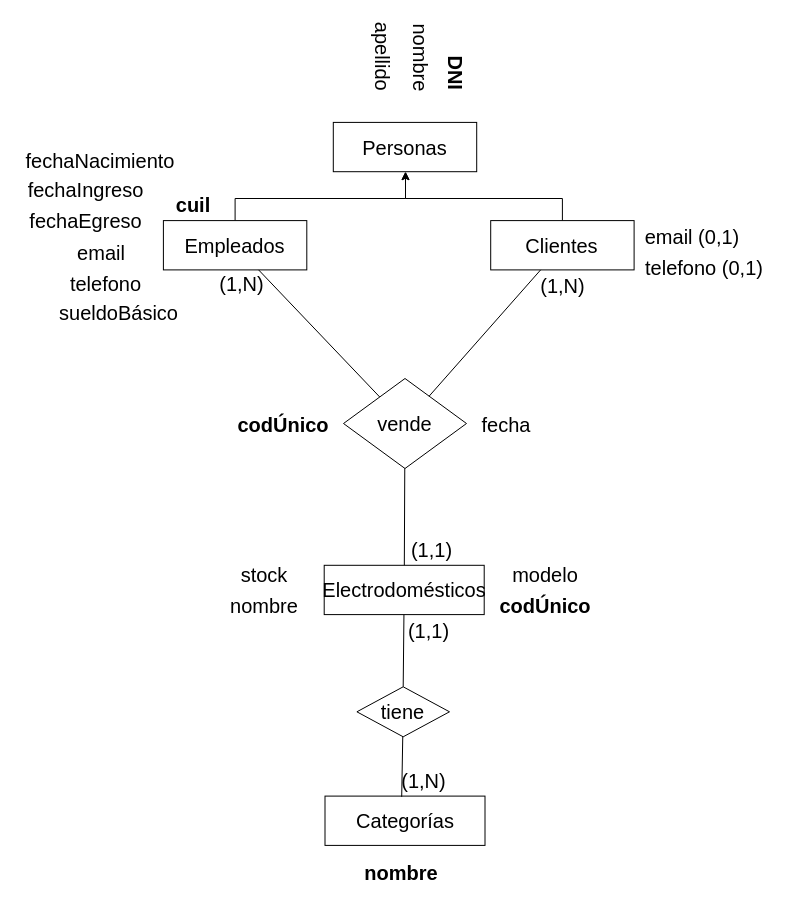
c97Ernesto/DisenioBasesDatos keeps this draw.io diagram as page "Página-1" (1 of 3) of Practica/Practica1/ejercicio09_P1.drawio. Above is the earlier version. Source tidied: cells renumbered, new cells numbered last; positions are measured from the earlier drawing's top-left corner, leaving out a move shared by most shapes. Both pictures are drawn from the tidied source at 100%, with x=0, y=0 at pixel (17, 40).
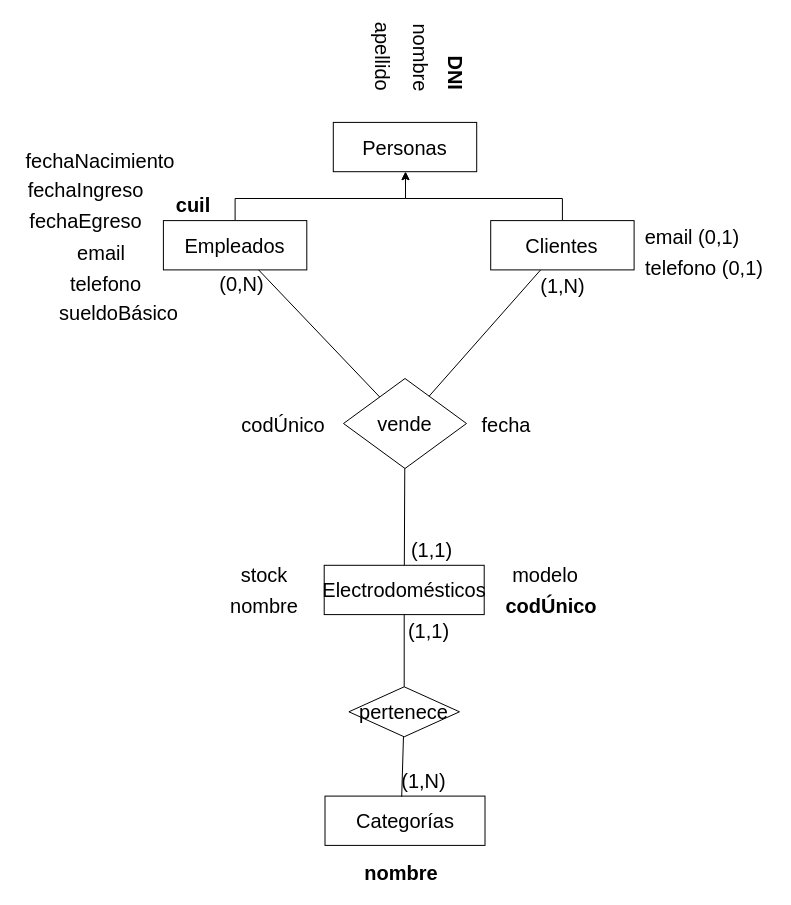
After the change.

Diff of the diagram source:
```diff
@@
     <mxCell id="21" value="&lt;b&gt;codÚnico&lt;/b&gt;" style="text;html=1;strokeColor=none;fillColor=none;align=center;verticalAlign=middle;whiteSpace=wrap;rounded=0;fontSize=20;rotation=0;" parent="1" vertex="1">
-      <mxGeometry x="487.7" y="549.4" width="80.4" height="31.4" as="geometry" />
+      <mxGeometry x="487.7" y="549.4" width="92.3" height="31.4" as="geometry" />
     </mxCell>
@@
-    <mxCell id="26" value="&lt;b&gt;codÚnico&lt;/b&gt;" style="text;html=1;strokeColor=none;fillColor=none;align=center;verticalAlign=middle;whiteSpace=wrap;rounded=0;fontSize=20;rotation=0;" parent="1" vertex="1">
+    <mxCell id="26" value="codÚnico" style="text;html=1;strokeColor=none;fillColor=none;align=center;verticalAlign=middle;whiteSpace=wrap;rounded=0;fontSize=20;rotation=0;" parent="1" vertex="1">
       <mxGeometry x="226.3" y="368" width="80.4" height="31.4" as="geometry" />
     </mxCell>
@@
-    <mxCell id="28" value="&lt;font style=&quot;font-size: 20px;&quot;&gt;tiene&lt;/font&gt;" style="shape=rhombus;perimeter=rhombusPerimeter;whiteSpace=wrap;html=1;align=center;fontSize=20;" parent="1" vertex="1">
-      <mxGeometry x="339.4" y="646.3" width="92.6" height="50" as="geometry" />
+    <mxCell id="28" value="&lt;font style=&quot;font-size: 20px;&quot;&gt;pertenece&lt;/font&gt;" style="shape=rhombus;perimeter=rhombusPerimeter;whiteSpace=wrap;html=1;align=center;fontSize=20;" parent="1" vertex="1">
+      <mxGeometry x="331.4" y="646.3" width="110.6" height="50" as="geometry" />
     </mxCell>
@@
-    <mxCell id="38" value="(1,N)" style="text;html=1;strokeColor=none;fillColor=none;align=center;verticalAlign=middle;whiteSpace=wrap;rounded=0;fontSize=20;rotation=0;" parent="1" vertex="1">
+    <mxCell id="38" value="(0,N)" style="text;html=1;strokeColor=none;fillColor=none;align=center;verticalAlign=middle;whiteSpace=wrap;rounded=0;fontSize=20;rotation=0;" parent="1" vertex="1">
       <mxGeometry x="205.9" y="227.5" width="36.5" height="31.4" as="geometry" />
     </mxCell>
```
